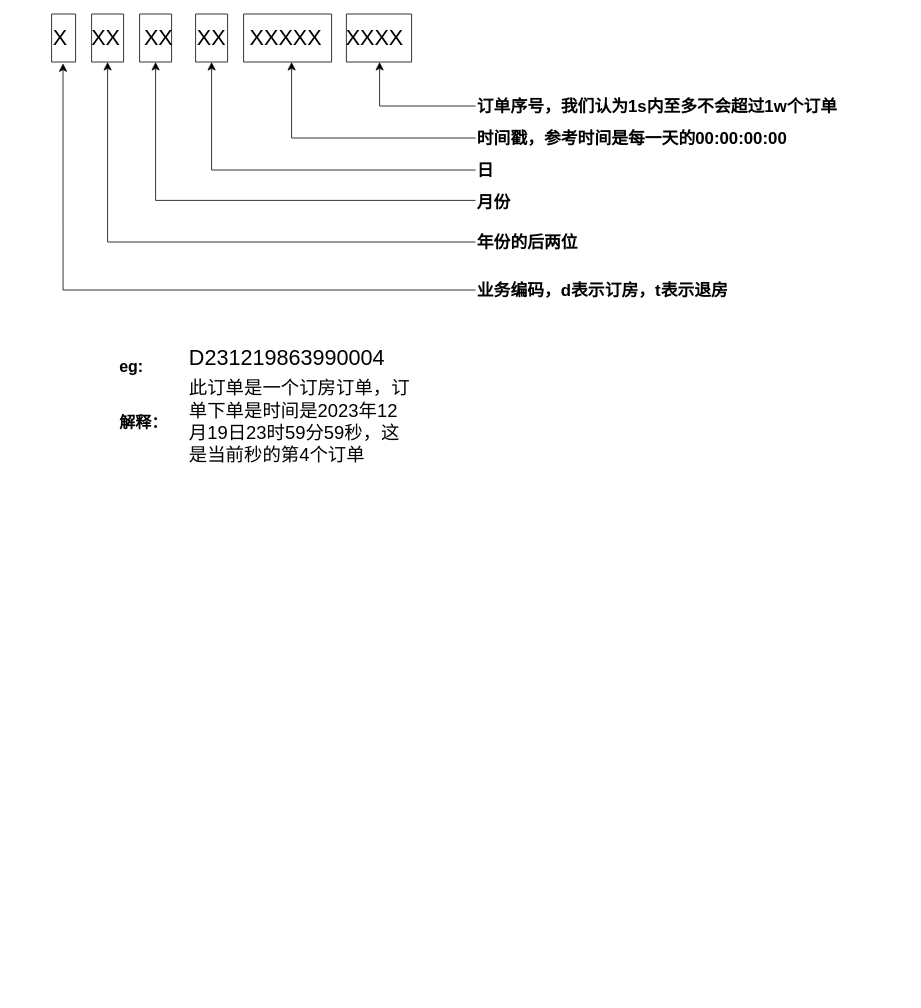
The draw.io diagram 订单号编码规则.drawio in 177-Liukuan/MyPicture, before the edit. Source tidied: cells renumbered, new cells numbered last; positions are measured from the earlier drawing's top-left corner, leaving out a move shared by most shapes. Both pictures are drawn from the tidied source at 80%, with x=0, y=0 at pixel (14, 14).
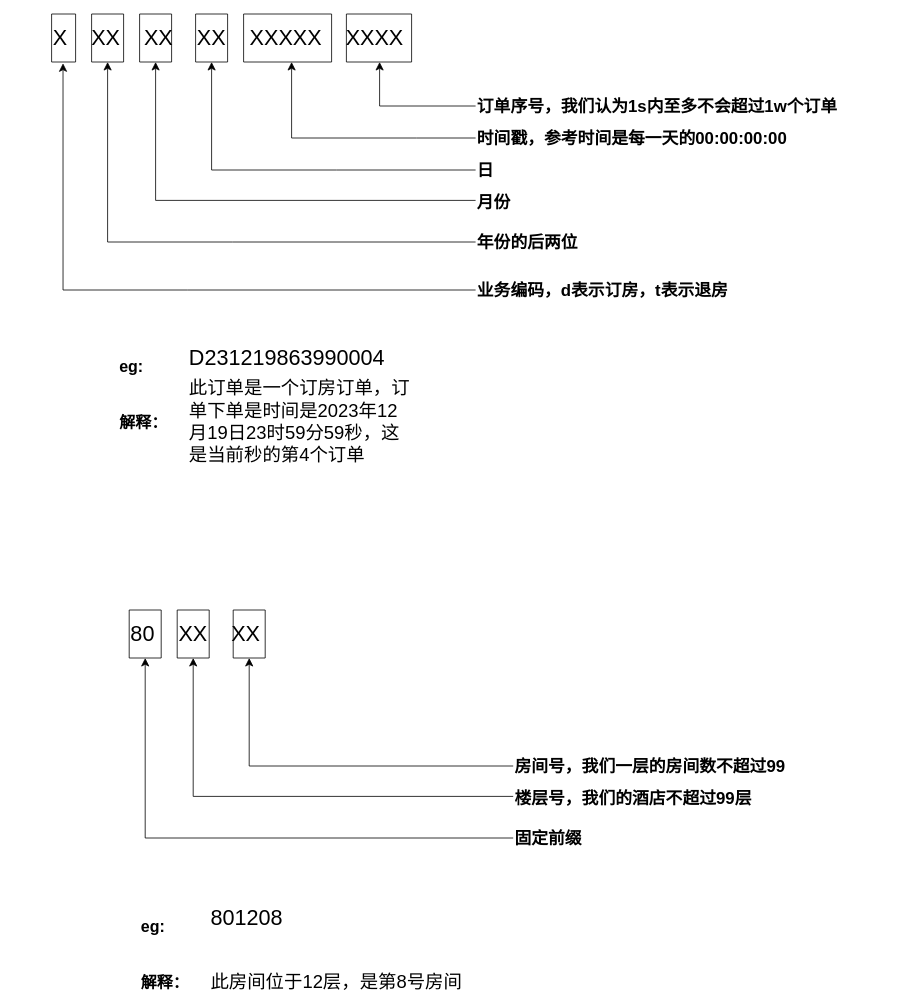
After the change.

Commit message (it also covers changes not shown here):
更新订单号编码规则.drawio

The edit, as a diff of the source:
```diff
@@
+    <mxCell id="25" style="verticalLabelPosition=bottom;verticalAlign=top;html=1;shape=mxgraph.basic.rect;fillColor2=none;strokeWidth=1;size=20;indent=5;" parent="1" vertex="1">
+      <mxGeometry x="204" y="745" width="40" height="60" as="geometry" />
+    </mxCell>
+    <mxCell id="26" style="verticalLabelPosition=bottom;verticalAlign=top;html=1;shape=mxgraph.basic.rect;fillColor2=none;strokeWidth=1;size=20;indent=5;" parent="1" vertex="1">
+      <mxGeometry x="274" y="745" width="40" height="60" as="geometry" />
+    </mxCell>
+    <mxCell id="27" style="verticalLabelPosition=bottom;verticalAlign=top;html=1;shape=mxgraph.basic.rect;fillColor2=none;strokeWidth=1;size=20;indent=5;" parent="1" vertex="1">
+      <mxGeometry x="144" y="745" width="40" height="60" as="geometry" />
+    </mxCell>
+    <mxCell id="28" value="80&amp;nbsp; &amp;nbsp; XX&amp;nbsp; &amp;nbsp; XX&amp;nbsp; &amp;nbsp;&amp;nbsp;" style="text;html=1;strokeColor=none;fillColor=none;align=center;verticalAlign=middle;whiteSpace=wrap;rounded=0;fontSize=27;" parent="1" vertex="1">
+      <mxGeometry x="47" y="760" width="390" height="30" as="geometry" />
+    </mxCell>
+    <mxCell id="29" style="edgeStyle=segmentEdgeStyle;endArrow=classic;html=1;curved=0;rounded=0;endSize=8;startSize=8;entryX=0.476;entryY=1.027;entryDx=0;entryDy=0;entryPerimeter=0;" parent="1" edge="1">
+      <mxGeometry relative="1" as="geometry">
+        <mxPoint x="624" y="1030" as="sourcePoint" />
+        <mxPoint x="164" y="805" as="targetPoint" />
+        <Array as="points">
+          <mxPoint x="320" y="1030" />
+          <mxPoint x="164" y="1030" />
+        </Array>
+      </mxGeometry>
+    </mxCell>
+    <mxCell id="30" style="edgeStyle=segmentEdgeStyle;endArrow=classic;html=1;curved=0;rounded=0;endSize=8;startSize=8;entryX=0.476;entryY=1.027;entryDx=0;entryDy=0;entryPerimeter=0;" parent="1" edge="1">
+      <mxGeometry relative="1" as="geometry">
+        <mxPoint x="624" y="978" as="sourcePoint" />
+        <mxPoint x="224" y="805" as="targetPoint" />
+      </mxGeometry>
+    </mxCell>
+    <mxCell id="31" style="edgeStyle=segmentEdgeStyle;endArrow=classic;html=1;curved=0;rounded=0;endSize=8;startSize=8;entryX=0.476;entryY=1.027;entryDx=0;entryDy=0;entryPerimeter=0;" parent="1" edge="1">
+      <mxGeometry relative="1" as="geometry">
+        <mxPoint x="624" y="940" as="sourcePoint" />
+        <mxPoint x="294" y="805" as="targetPoint" />
+        <Array as="points">
+          <mxPoint x="450" y="940" />
+          <mxPoint x="294" y="940" />
+        </Array>
+      </mxGeometry>
+    </mxCell>
+    <mxCell id="32" value="固定前缀" style="text;html=1;strokeColor=none;fillColor=none;align=left;verticalAlign=middle;whiteSpace=wrap;rounded=0;fontSize=21;fontStyle=1;" parent="1" vertex="1">
+      <mxGeometry x="624" y="1010" width="350" height="40" as="geometry" />
+    </mxCell>
+    <mxCell id="33" value="楼层号，我们的酒店不超过99层" style="text;html=1;strokeColor=none;fillColor=none;align=left;verticalAlign=middle;whiteSpace=wrap;rounded=0;fontSize=21;fontStyle=1;" parent="1" vertex="1">
+      <mxGeometry x="624" y="960" width="340" height="40" as="geometry" />
+    </mxCell>
+    <mxCell id="34" value="房间号，我们一层的房间数不超过99" style="text;html=1;strokeColor=none;fillColor=none;align=left;verticalAlign=middle;whiteSpace=wrap;rounded=0;fontSize=21;fontStyle=1;" parent="1" vertex="1">
+      <mxGeometry x="624" y="920" width="403" height="40" as="geometry" />
+    </mxCell>
+    <mxCell id="35" value="eg:" style="text;html=1;strokeColor=none;fillColor=none;align=center;verticalAlign=middle;whiteSpace=wrap;rounded=0;fontSize=20;fontStyle=1;" parent="1" vertex="1">
+      <mxGeometry x="144" y="1125" width="60" height="30" as="geometry" />
+    </mxCell>
+    <mxCell id="36" value="801208" style="text;html=1;strokeColor=none;fillColor=none;align=left;verticalAlign=middle;whiteSpace=wrap;rounded=0;fontSize=27;" parent="1" vertex="1">
+      <mxGeometry x="244" y="1115" width="536" height="30" as="geometry" />
+    </mxCell>
+    <mxCell id="37" value="此房间位于12层，是第8号房间" style="text;html=1;strokeColor=none;fillColor=none;align=left;verticalAlign=middle;whiteSpace=wrap;rounded=0;fontSize=23;" parent="1" vertex="1">
+      <mxGeometry x="244" y="1195" width="323" height="30" as="geometry" />
+    </mxCell>
+    <mxCell id="38" value="解释：" style="text;html=1;strokeColor=none;fillColor=none;align=center;verticalAlign=middle;whiteSpace=wrap;rounded=0;fontSize=20;fontStyle=1;" parent="1" vertex="1">
+      <mxGeometry x="144" y="1195" width="90" height="30" as="geometry" />
+    </mxCell>
```
